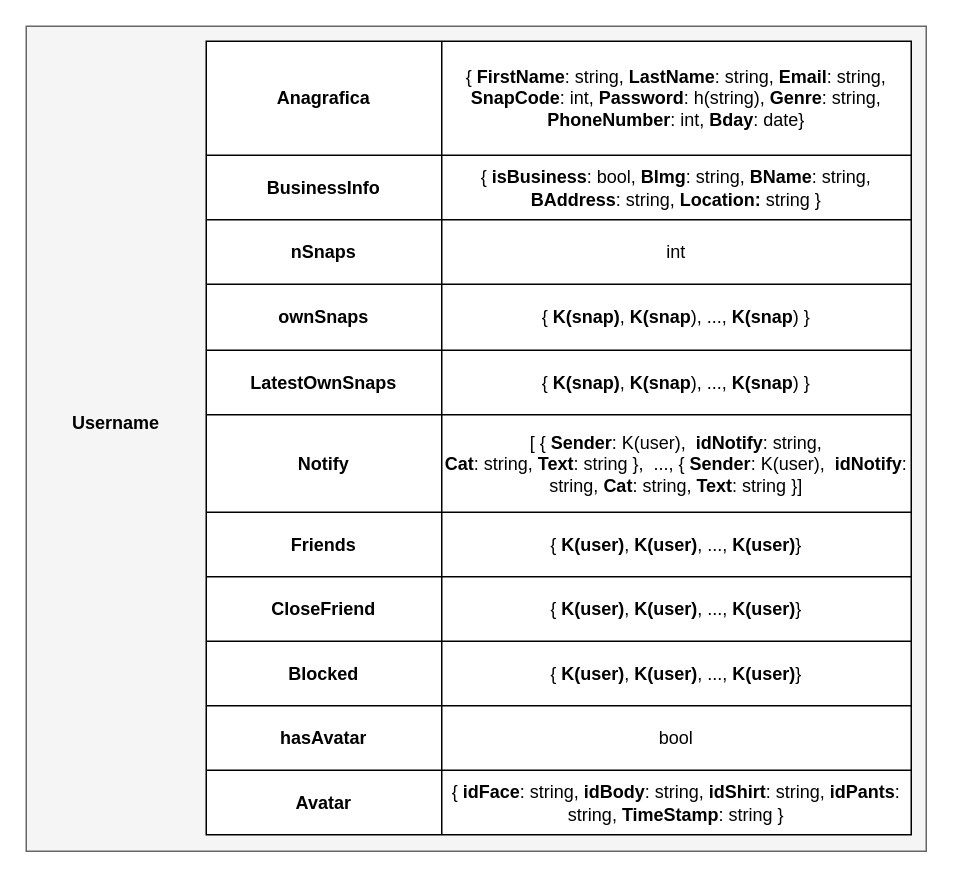
This is NoAM/collection-user.drawio from Antonet99/noSQL-Snapchat, a draw.io file, before an edit. Source tidied: cells renumbered, new cells numbered last; positions are measured from the earlier drawing's top-left corner, leaving out a move shared by most shapes. Both pictures are drawn from the tidied source at 150%, with x=0, y=0 at pixel (26, 26).
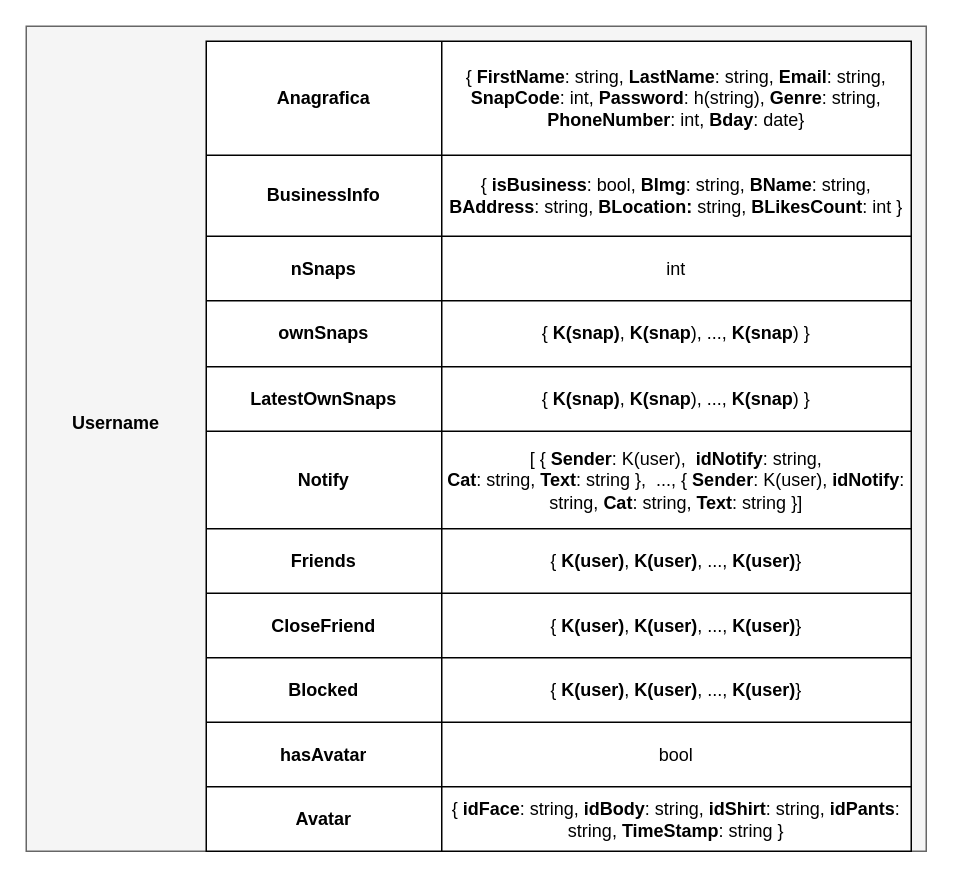
The same diagram, later.

The edit, as a diff of the source:
```diff
@@
     <mxCell id="4" style="shape=table;startSize=0;childLayout=tableLayout;" parent="1" vertex="1">
-      <mxGeometry x="120" y="10" width="470" height="529" as="geometry" />
+      <mxGeometry x="120" y="10" width="470" height="540" as="geometry" />
     </mxCell>
@@
     <mxCell id="8" style="shape=tableRow;horizontal=0;startSize=0;swimlaneHead=0;swimlaneBody=0;strokeColor=inherit;top=0;left=0;bottom=0;right=0;fillColor=none;" parent="4" vertex="1">
-      <mxGeometry y="76" width="470" height="43" as="geometry" />
+      <mxGeometry y="76" width="470" height="54" as="geometry" />
     </mxCell>
     <mxCell id="9" value="&lt;b&gt;BusinessInfo&lt;/b&gt;" style="shape=partialRectangle;html=1;whiteSpace=wrap;strokeColor=inherit;overflow=hidden;fillColor=none;top=0;left=0;bottom=0;right=0;" parent="8" vertex="1">
-      <mxGeometry width="157" height="43" as="geometry" />
+      <mxGeometry width="157" height="54" as="geometry" />
     </mxCell>
-    <mxCell id="10" value="{ &lt;b&gt;isBusiness&lt;/b&gt;: bool, &lt;b&gt;BImg&lt;/b&gt;: string, &lt;b&gt;BName&lt;/b&gt;: string, &lt;b&gt;BAddress&lt;/b&gt;: string,&amp;nbsp;&lt;b&gt;Location: &lt;/b&gt;string }" style="shape=partialRectangle;html=1;whiteSpace=wrap;strokeColor=inherit;overflow=hidden;fillColor=none;top=0;left=0;bottom=0;right=0;" parent="8" vertex="1">
-      <mxGeometry x="157" width="313" height="43" as="geometry" />
+    <mxCell id="10" value="{ &lt;b&gt;isBusiness&lt;/b&gt;: bool, &lt;b&gt;BImg&lt;/b&gt;: string, &lt;b&gt;BName&lt;/b&gt;: string, &lt;b&gt;BAddress&lt;/b&gt;: string, &lt;b&gt;BLocation: &lt;/b&gt;string, &lt;b&gt;BLikesCount&lt;/b&gt;: int }" style="shape=partialRectangle;html=1;whiteSpace=wrap;strokeColor=inherit;overflow=hidden;fillColor=none;top=0;left=0;bottom=0;right=0;" parent="8" vertex="1">
+      <mxGeometry x="157" width="313" height="54" as="geometry" />
     </mxCell>
     <mxCell id="11" style="shape=tableRow;horizontal=0;startSize=0;swimlaneHead=0;swimlaneBody=0;strokeColor=inherit;top=0;left=0;bottom=0;right=0;fillColor=none;" parent="4" vertex="1">
-      <mxGeometry y="119" width="470" height="43" as="geometry" />
+      <mxGeometry y="130" width="470" height="43" as="geometry" />
     </mxCell>
@@
     <mxCell id="14" style="shape=tableRow;horizontal=0;startSize=0;swimlaneHead=0;swimlaneBody=0;strokeColor=inherit;top=0;left=0;bottom=0;right=0;fillColor=none;" parent="4" vertex="1">
-      <mxGeometry y="162" width="470" height="44" as="geometry" />
+      <mxGeometry y="173" width="470" height="44" as="geometry" />
     </mxCell>
@@
     <mxCell id="17" style="shape=tableRow;horizontal=0;startSize=0;swimlaneHead=0;swimlaneBody=0;strokeColor=inherit;top=0;left=0;bottom=0;right=0;fillColor=none;" parent="4" vertex="1">
-      <mxGeometry y="206" width="470" height="43" as="geometry" />
+      <mxGeometry y="217" width="470" height="43" as="geometry" />
     </mxCell>
@@
     <mxCell id="20" style="shape=tableRow;horizontal=0;startSize=0;swimlaneHead=0;swimlaneBody=0;strokeColor=inherit;top=0;left=0;bottom=0;right=0;fillColor=none;" parent="4" vertex="1">
-      <mxGeometry y="249" width="470" height="65" as="geometry" />
+      <mxGeometry y="260" width="470" height="65" as="geometry" />
     </mxCell>
@@
-    <mxCell id="22" value="[ { &lt;b&gt;Sender&lt;/b&gt;: K(user),&amp;nbsp;&amp;nbsp;&lt;b style=&quot;border-color: var(--border-color);&quot;&gt;idNotify&lt;/b&gt;: string,&lt;br&gt;&lt;b&gt;Cat&lt;/b&gt;: string, &lt;b&gt;Text&lt;/b&gt;: string },&amp;nbsp;&amp;nbsp;..., { &lt;b&gt;Sender&lt;/b&gt;: K(user),&amp;nbsp;&amp;nbsp;&lt;b style=&quot;border-color: var(--border-color);&quot;&gt;idNotify&lt;/b&gt;: string,&amp;nbsp;&lt;b&gt;Cat&lt;/b&gt;: string, &lt;b&gt;Text&lt;/b&gt;: string }]" style="shape=partialRectangle;html=1;whiteSpace=wrap;strokeColor=inherit;overflow=hidden;fillColor=none;top=0;left=0;bottom=0;right=0;" parent="20" vertex="1">
+    <mxCell id="22" value="&lt;div style=&quot;&quot;&gt;&lt;span style=&quot;background-color: initial;&quot;&gt;[ { &lt;/span&gt;&lt;b style=&quot;background-color: initial;&quot;&gt;Sender&lt;/b&gt;&lt;span style=&quot;background-color: initial;&quot;&gt;: K(user),&amp;nbsp;&amp;nbsp;&lt;/span&gt;&lt;b style=&quot;background-color: initial; border-color: var(--border-color);&quot;&gt;idNotify&lt;/b&gt;&lt;span style=&quot;background-color: initial;&quot;&gt;: string,&lt;/span&gt;&lt;/div&gt;&lt;b&gt;&lt;div style=&quot;&quot;&gt;&lt;b style=&quot;background-color: initial;&quot;&gt;Cat&lt;/b&gt;&lt;span style=&quot;background-color: initial; font-weight: normal;&quot;&gt;: string, &lt;/span&gt;&lt;b style=&quot;background-color: initial;&quot;&gt;Text&lt;/b&gt;&lt;span style=&quot;background-color: initial; font-weight: normal;&quot;&gt;: string },&amp;nbsp;&amp;nbsp;..., { &lt;/span&gt;&lt;b style=&quot;background-color: initial;&quot;&gt;Sender&lt;/b&gt;&lt;span style=&quot;background-color: initial; font-weight: normal;&quot;&gt;: K(user),&amp;nbsp;&lt;/span&gt;&lt;b style=&quot;background-color: initial; border-color: var(--border-color);&quot;&gt;idNotify&lt;/b&gt;&lt;span style=&quot;background-color: initial; font-weight: normal;&quot;&gt;: string,&amp;nbsp;&lt;/span&gt;&lt;b style=&quot;background-color: initial;&quot;&gt;Cat&lt;/b&gt;&lt;span style=&quot;background-color: initial; font-weight: normal;&quot;&gt;: string, &lt;/span&gt;&lt;b style=&quot;background-color: initial;&quot;&gt;Text&lt;/b&gt;&lt;span style=&quot;background-color: initial; font-weight: normal;&quot;&gt;: string }]&lt;/span&gt;&lt;/div&gt;&lt;/b&gt;" style="shape=partialRectangle;html=1;whiteSpace=wrap;strokeColor=inherit;overflow=hidden;fillColor=none;top=0;left=0;bottom=0;right=0;align=center;" parent="20" vertex="1">
       <mxGeometry x="157" width="313" height="65" as="geometry" />
     </mxCell>
     <mxCell id="23" style="shape=tableRow;horizontal=0;startSize=0;swimlaneHead=0;swimlaneBody=0;strokeColor=inherit;top=0;left=0;bottom=0;right=0;fillColor=none;" parent="4" vertex="1">
-      <mxGeometry y="314" width="470" height="43" as="geometry" />
+      <mxGeometry y="325" width="470" height="43" as="geometry" />
     </mxCell>
@@
     <mxCell id="26" style="shape=tableRow;horizontal=0;startSize=0;swimlaneHead=0;swimlaneBody=0;strokeColor=inherit;top=0;left=0;bottom=0;right=0;fillColor=none;" parent="4" vertex="1">
-      <mxGeometry y="357" width="470" height="43" as="geometry" />
+      <mxGeometry y="368" width="470" height="43" as="geometry" />
     </mxCell>
@@
     <mxCell id="29" style="shape=tableRow;horizontal=0;startSize=0;swimlaneHead=0;swimlaneBody=0;strokeColor=inherit;top=0;left=0;bottom=0;right=0;fillColor=none;" parent="4" vertex="1">
-      <mxGeometry y="400" width="470" height="43" as="geometry" />
+      <mxGeometry y="411" width="470" height="43" as="geometry" />
     </mxCell>
@@
     <mxCell id="32" style="shape=tableRow;horizontal=0;startSize=0;swimlaneHead=0;swimlaneBody=0;strokeColor=inherit;top=0;left=0;bottom=0;right=0;fillColor=none;" parent="4" vertex="1">
-      <mxGeometry y="443" width="470" height="43" as="geometry" />
+      <mxGeometry y="454" width="470" height="43" as="geometry" />
     </mxCell>
@@
     <mxCell id="35" style="shape=tableRow;horizontal=0;startSize=0;swimlaneHead=0;swimlaneBody=0;strokeColor=inherit;top=0;left=0;bottom=0;right=0;fillColor=none;" parent="4" vertex="1">
-      <mxGeometry y="486" width="470" height="43" as="geometry" />
+      <mxGeometry y="497" width="470" height="43" as="geometry" />
     </mxCell>
```
